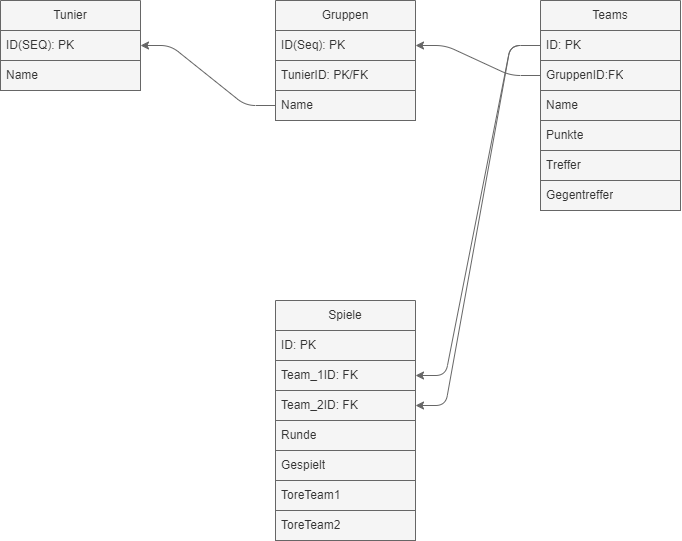
Earlier version of the draw.io export klassendiagram.png (n-bross/JUFO-Web). Source tidied: cells renumbered, new cells last; positions are measured from the earlier drawing's top-left corner, leaving out a move shared by most shapes. The source it was exported from:
```xml
<mxGraphModel>
  <root>
    <mxCell id="0" />
    <mxCell id="1" parent="0" />
    <mxCell id="2" value="Tunier" style="swimlane;fontStyle=0;horizontal=1;startSize=30;whiteSpace=wrap;html=1;fillColor=#f5f5f5;fontColor=#333333;strokeColor=#666666;" parent="1" vertex="1">
      <mxGeometry width="140" height="90" as="geometry" />
    </mxCell>
    <mxCell id="3" value="ID(SEQ): PK" style="text;strokeColor=#666666;fillColor=#f5f5f5;align=left;verticalAlign=middle;spacingLeft=4;spacingRight=4;overflow=hidden;points=[[0,0.5],[1,0.5]];portConstraint=eastwest;whiteSpace=wrap;html=1;fontColor=#333333;" parent="2" vertex="1">
      <mxGeometry y="30" width="140" height="30" as="geometry" />
    </mxCell>
    <mxCell id="4" value="Name" style="text;strokeColor=#666666;fillColor=#f5f5f5;align=left;verticalAlign=middle;spacingLeft=4;spacingRight=4;overflow=hidden;whiteSpace=wrap;html=1;fontColor=#333333;" parent="2" vertex="1">
      <mxGeometry y="60" width="140" height="30" as="geometry" />
    </mxCell>
    <mxCell id="5" value="Gruppen" style="swimlane;fontStyle=0;horizontal=1;startSize=30;whiteSpace=wrap;html=1;fillColor=#f5f5f5;fontColor=#333333;strokeColor=#666666;" parent="1" vertex="1">
      <mxGeometry x="275" width="140" height="120" as="geometry" />
    </mxCell>
    <mxCell id="6" value="ID(Seq): PK" style="text;strokeColor=#666666;fillColor=#f5f5f5;align=left;verticalAlign=middle;spacingLeft=4;spacingRight=4;overflow=hidden;points=[[0,0.5],[1,0.5]];portConstraint=eastwest;whiteSpace=wrap;html=1;fontColor=#333333;" parent="5" vertex="1">
      <mxGeometry y="30" width="140" height="30" as="geometry" />
    </mxCell>
    <mxCell id="7" value="TunierID: PK/FK" style="text;strokeColor=#666666;fillColor=#f5f5f5;align=left;verticalAlign=middle;spacingLeft=4;spacingRight=4;overflow=hidden;points=[[0,0.5],[1,0.5]];portConstraint=eastwest;whiteSpace=wrap;html=1;fontColor=#333333;" parent="5" vertex="1">
      <mxGeometry y="60" width="140" height="30" as="geometry" />
    </mxCell>
    <mxCell id="8" value="Name" style="text;strokeColor=#666666;fillColor=#f5f5f5;align=left;verticalAlign=middle;spacingLeft=4;spacingRight=4;overflow=hidden;points=[[0,0.5],[1,0.5]];portConstraint=eastwest;whiteSpace=wrap;html=1;fontColor=#333333;" parent="5" vertex="1">
      <mxGeometry y="90" width="140" height="30" as="geometry" />
    </mxCell>
    <mxCell id="9" style="edgeStyle=entityRelationEdgeStyle;html=1;exitX=0;exitY=0.5;exitDx=0;exitDy=0;entryX=1;entryY=0.5;entryDx=0;entryDy=0;fillColor=#f5f5f5;strokeColor=#666666;" parent="1" edge="1" source="8" target="3">
      <mxGeometry relative="1" as="geometry" />
    </mxCell>
    <mxCell id="10" value="Teams" style="swimlane;fontStyle=0;horizontal=1;startSize=30;whiteSpace=wrap;html=1;fillColor=#f5f5f5;fontColor=#333333;strokeColor=#666666;" parent="1" vertex="1">
      <mxGeometry x="540" width="140" height="210" as="geometry" />
    </mxCell>
    <mxCell id="11" value="ID: PK" style="text;strokeColor=#666666;fillColor=#f5f5f5;align=left;verticalAlign=middle;spacingLeft=4;spacingRight=4;overflow=hidden;points=[[0,0.5],[1,0.5]];portConstraint=eastwest;whiteSpace=wrap;html=1;fontColor=#333333;" parent="10" vertex="1">
      <mxGeometry y="30" width="140" height="30" as="geometry" />
    </mxCell>
    <mxCell id="12" value="GruppenID:FK" style="text;strokeColor=#666666;fillColor=#f5f5f5;align=left;verticalAlign=middle;spacingLeft=4;spacingRight=4;overflow=hidden;points=[[0,0.5],[1,0.5]];portConstraint=eastwest;whiteSpace=wrap;html=1;fontColor=#333333;" parent="10" vertex="1">
      <mxGeometry y="60" width="140" height="30" as="geometry" />
    </mxCell>
    <mxCell id="13" value="Name" style="text;strokeColor=#666666;fillColor=#f5f5f5;align=left;verticalAlign=middle;spacingLeft=4;spacingRight=4;overflow=hidden;whiteSpace=wrap;html=1;fontColor=#333333;" parent="10" vertex="1">
      <mxGeometry y="90" width="140" height="30" as="geometry" />
    </mxCell>
    <mxCell id="14" value="Punkte" style="text;strokeColor=#666666;fillColor=#f5f5f5;align=left;verticalAlign=middle;spacingLeft=4;spacingRight=4;overflow=hidden;whiteSpace=wrap;html=1;fontColor=#333333;" parent="10" vertex="1">
      <mxGeometry y="120" width="140" height="30" as="geometry" />
    </mxCell>
    <mxCell id="15" value="Treffer" style="text;strokeColor=#666666;fillColor=#f5f5f5;align=left;verticalAlign=middle;spacingLeft=4;spacingRight=4;overflow=hidden;whiteSpace=wrap;html=1;fontColor=#333333;" parent="10" vertex="1">
      <mxGeometry y="150" width="140" height="30" as="geometry" />
    </mxCell>
    <mxCell id="16" value="Gegentreffer" style="text;strokeColor=#666666;fillColor=#f5f5f5;align=left;verticalAlign=middle;spacingLeft=4;spacingRight=4;overflow=hidden;whiteSpace=wrap;html=1;fontColor=#333333;" parent="10" vertex="1">
      <mxGeometry y="180" width="140" height="30" as="geometry" />
    </mxCell>
    <mxCell id="17" style="edgeStyle=entityRelationEdgeStyle;html=1;exitX=0;exitY=0.5;exitDx=0;exitDy=0;entryX=1;entryY=0.5;entryDx=0;entryDy=0;fillColor=#f5f5f5;strokeColor=#666666;" parent="1" edge="1" source="12" target="6">
      <mxGeometry relative="1" as="geometry" />
    </mxCell>
    <mxCell id="18" value="Spiele" style="swimlane;fontStyle=0;horizontal=1;startSize=30;whiteSpace=wrap;html=1;fillColor=#f5f5f5;fontColor=#333333;strokeColor=#666666;" parent="1" vertex="1">
      <mxGeometry x="275" y="300" width="140" height="240" as="geometry" />
    </mxCell>
    <mxCell id="19" value="ID: PK" style="text;strokeColor=#666666;fillColor=#f5f5f5;align=left;verticalAlign=middle;spacingLeft=4;spacingRight=4;overflow=hidden;whiteSpace=wrap;html=1;fontColor=#333333;" parent="18" vertex="1">
      <mxGeometry y="30" width="140" height="30" as="geometry" />
    </mxCell>
    <mxCell id="20" value="Team_1ID: FK" style="text;strokeColor=#666666;fillColor=#f5f5f5;align=left;verticalAlign=middle;spacingLeft=4;spacingRight=4;overflow=hidden;points=[[0,0.5],[1,0.5]];portConstraint=eastwest;whiteSpace=wrap;html=1;fontColor=#333333;" parent="18" vertex="1">
      <mxGeometry y="60" width="140" height="30" as="geometry" />
    </mxCell>
    <mxCell id="21" value="Team_2ID: FK" style="text;strokeColor=#666666;fillColor=#f5f5f5;align=left;verticalAlign=middle;spacingLeft=4;spacingRight=4;overflow=hidden;points=[[0,0.5],[1,0.5]];portConstraint=eastwest;whiteSpace=wrap;html=1;fontColor=#333333;" parent="18" vertex="1">
      <mxGeometry y="90" width="140" height="30" as="geometry" />
    </mxCell>
    <mxCell id="22" value="Runde" style="text;strokeColor=#666666;fillColor=#f5f5f5;align=left;verticalAlign=middle;spacingLeft=4;spacingRight=4;overflow=hidden;whiteSpace=wrap;html=1;fontColor=#333333;" parent="18" vertex="1">
      <mxGeometry y="120" width="140" height="30" as="geometry" />
    </mxCell>
    <mxCell id="23" value="Gespielt" style="text;strokeColor=#666666;fillColor=#f5f5f5;align=left;verticalAlign=middle;spacingLeft=4;spacingRight=4;overflow=hidden;whiteSpace=wrap;html=1;fontColor=#333333;" parent="18" vertex="1">
      <mxGeometry y="150" width="140" height="30" as="geometry" />
    </mxCell>
    <mxCell id="24" value="ToreTeam1" style="text;strokeColor=#666666;fillColor=#f5f5f5;align=left;verticalAlign=middle;spacingLeft=4;spacingRight=4;overflow=hidden;whiteSpace=wrap;html=1;fontColor=#333333;" parent="18" vertex="1">
      <mxGeometry y="180" width="140" height="30" as="geometry" />
    </mxCell>
    <mxCell id="25" value="ToreTeam2" style="text;strokeColor=#666666;fillColor=#f5f5f5;align=left;verticalAlign=middle;spacingLeft=4;spacingRight=4;overflow=hidden;whiteSpace=wrap;html=1;fontColor=#333333;" parent="18" vertex="1">
      <mxGeometry y="210" width="140" height="30" as="geometry" />
    </mxCell>
    <mxCell id="26" style="edgeStyle=entityRelationEdgeStyle;html=1;exitX=0;exitY=0.5;exitDx=0;exitDy=0;entryX=1;entryY=0.5;entryDx=0;entryDy=0;elbow=vertical;fillColor=#f5f5f5;strokeColor=#666666;" parent="1" edge="1" source="11" target="21">
      <mxGeometry relative="1" as="geometry" />
    </mxCell>
    <mxCell id="27" style="edgeStyle=entityRelationEdgeStyle;html=1;exitX=0;exitY=0.5;exitDx=0;exitDy=0;entryX=1;entryY=0.5;entryDx=0;entryDy=0;elbow=vertical;fillColor=#f5f5f5;strokeColor=#666666;" parent="1" edge="1" source="11" target="20">
      <mxGeometry relative="1" as="geometry" />
    </mxCell>
  </root>
</mxGraphModel>
```
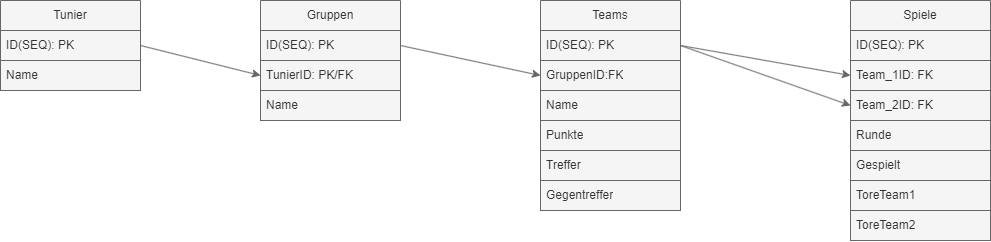
Later version of the same file.

What changed in the source:
```diff
@@ -3,7 +3,7 @@
     <mxCell id="0" />
     <mxCell id="1" parent="0" />
     <mxCell id="2" value="Tunier" style="swimlane;fontStyle=0;horizontal=1;startSize=30;whiteSpace=wrap;html=1;fillColor=#f5f5f5;fontColor=#333333;strokeColor=#666666;" parent="1" vertex="1">
-      <mxGeometry width="140" height="90" as="geometry" />
+      <mxGeometry x="-70" y="-40" width="140" height="90" as="geometry" />
     </mxCell>
     <mxCell id="3" value="ID(SEQ): PK" style="text;strokeColor=#666666;fillColor=#f5f5f5;align=left;verticalAlign=middle;spacingLeft=4;spacingRight=4;overflow=hidden;points=[[0,0.5],[1,0.5]];portConstraint=eastwest;whiteSpace=wrap;html=1;fontColor=#333333;" parent="2" vertex="1">
       <mxGeometry y="30" width="140" height="30" as="geometry" />
@@ -12,9 +12,9 @@
       <mxGeometry y="60" width="140" height="30" as="geometry" />
     </mxCell>
     <mxCell id="5" value="Gruppen" style="swimlane;fontStyle=0;horizontal=1;startSize=30;whiteSpace=wrap;html=1;fillColor=#f5f5f5;fontColor=#333333;strokeColor=#666666;" parent="1" vertex="1">
-      <mxGeometry x="275" width="140" height="120" as="geometry" />
+      <mxGeometry x="190" y="-40" width="140" height="120" as="geometry" />
     </mxCell>
-    <mxCell id="6" value="ID(Seq): PK" style="text;strokeColor=#666666;fillColor=#f5f5f5;align=left;verticalAlign=middle;spacingLeft=4;spacingRight=4;overflow=hidden;points=[[0,0.5],[1,0.5]];portConstraint=eastwest;whiteSpace=wrap;html=1;fontColor=#333333;" parent="5" vertex="1">
+    <mxCell id="6" value="ID(SEQ): PK" style="text;strokeColor=#666666;fillColor=#f5f5f5;align=left;verticalAlign=middle;spacingLeft=4;spacingRight=4;overflow=hidden;points=[[0,0.5],[1,0.5]];portConstraint=eastwest;whiteSpace=wrap;html=1;fontColor=#333333;" parent="5" vertex="1">
       <mxGeometry y="30" width="140" height="30" as="geometry" />
     </mxCell>
     <mxCell id="7" value="TunierID: PK/FK" style="text;strokeColor=#666666;fillColor=#f5f5f5;align=left;verticalAlign=middle;spacingLeft=4;spacingRight=4;overflow=hidden;points=[[0,0.5],[1,0.5]];portConstraint=eastwest;whiteSpace=wrap;html=1;fontColor=#333333;" parent="5" vertex="1">
@@ -23,13 +23,10 @@
     <mxCell id="8" value="Name" style="text;strokeColor=#666666;fillColor=#f5f5f5;align=left;verticalAlign=middle;spacingLeft=4;spacingRight=4;overflow=hidden;points=[[0,0.5],[1,0.5]];portConstraint=eastwest;whiteSpace=wrap;html=1;fontColor=#333333;" parent="5" vertex="1">
       <mxGeometry y="90" width="140" height="30" as="geometry" />
     </mxCell>
-    <mxCell id="9" style="edgeStyle=entityRelationEdgeStyle;html=1;exitX=0;exitY=0.5;exitDx=0;exitDy=0;entryX=1;entryY=0.5;entryDx=0;entryDy=0;fillColor=#f5f5f5;strokeColor=#666666;" parent="1" edge="1" source="8" target="3">
-      <mxGeometry relative="1" as="geometry" />
-    </mxCell>
     <mxCell id="10" value="Teams" style="swimlane;fontStyle=0;horizontal=1;startSize=30;whiteSpace=wrap;html=1;fillColor=#f5f5f5;fontColor=#333333;strokeColor=#666666;" parent="1" vertex="1">
-      <mxGeometry x="540" width="140" height="210" as="geometry" />
+      <mxGeometry x="470" y="-40" width="140" height="210" as="geometry" />
     </mxCell>
-    <mxCell id="11" value="ID: PK" style="text;strokeColor=#666666;fillColor=#f5f5f5;align=left;verticalAlign=middle;spacingLeft=4;spacingRight=4;overflow=hidden;points=[[0,0.5],[1,0.5]];portConstraint=eastwest;whiteSpace=wrap;html=1;fontColor=#333333;" parent="10" vertex="1">
+    <mxCell id="11" value="ID(SEQ): PK" style="text;strokeColor=#666666;fillColor=#f5f5f5;align=left;verticalAlign=middle;spacingLeft=4;spacingRight=4;overflow=hidden;points=[[0,0.5],[1,0.5]];portConstraint=eastwest;whiteSpace=wrap;html=1;fontColor=#333333;" parent="10" vertex="1">
       <mxGeometry y="30" width="140" height="30" as="geometry" />
     </mxCell>
     <mxCell id="12" value="GruppenID:FK" style="text;strokeColor=#666666;fillColor=#f5f5f5;align=left;verticalAlign=middle;spacingLeft=4;spacingRight=4;overflow=hidden;points=[[0,0.5],[1,0.5]];portConstraint=eastwest;whiteSpace=wrap;html=1;fontColor=#333333;" parent="10" vertex="1">
@@ -47,13 +44,10 @@
     <mxCell id="16" value="Gegentreffer" style="text;strokeColor=#666666;fillColor=#f5f5f5;align=left;verticalAlign=middle;spacingLeft=4;spacingRight=4;overflow=hidden;whiteSpace=wrap;html=1;fontColor=#333333;" parent="10" vertex="1">
       <mxGeometry y="180" width="140" height="30" as="geometry" />
     </mxCell>
-    <mxCell id="17" style="edgeStyle=entityRelationEdgeStyle;html=1;exitX=0;exitY=0.5;exitDx=0;exitDy=0;entryX=1;entryY=0.5;entryDx=0;entryDy=0;fillColor=#f5f5f5;strokeColor=#666666;" parent="1" edge="1" source="12" target="6">
-      <mxGeometry relative="1" as="geometry" />
-    </mxCell>
     <mxCell id="18" value="Spiele" style="swimlane;fontStyle=0;horizontal=1;startSize=30;whiteSpace=wrap;html=1;fillColor=#f5f5f5;fontColor=#333333;strokeColor=#666666;" parent="1" vertex="1">
-      <mxGeometry x="275" y="300" width="140" height="240" as="geometry" />
+      <mxGeometry x="780" y="-40" width="140" height="240" as="geometry" />
     </mxCell>
-    <mxCell id="19" value="ID: PK" style="text;strokeColor=#666666;fillColor=#f5f5f5;align=left;verticalAlign=middle;spacingLeft=4;spacingRight=4;overflow=hidden;whiteSpace=wrap;html=1;fontColor=#333333;" parent="18" vertex="1">
+    <mxCell id="19" value="ID(SEQ): PK" style="text;strokeColor=#666666;fillColor=#f5f5f5;align=left;verticalAlign=middle;spacingLeft=4;spacingRight=4;overflow=hidden;whiteSpace=wrap;html=1;fontColor=#333333;" parent="18" vertex="1">
       <mxGeometry y="30" width="140" height="30" as="geometry" />
     </mxCell>
     <mxCell id="20" value="Team_1ID: FK" style="text;strokeColor=#666666;fillColor=#f5f5f5;align=left;verticalAlign=middle;spacingLeft=4;spacingRight=4;overflow=hidden;points=[[0,0.5],[1,0.5]];portConstraint=eastwest;whiteSpace=wrap;html=1;fontColor=#333333;" parent="18" vertex="1">
@@ -74,11 +68,17 @@
     <mxCell id="25" value="ToreTeam2" style="text;strokeColor=#666666;fillColor=#f5f5f5;align=left;verticalAlign=middle;spacingLeft=4;spacingRight=4;overflow=hidden;whiteSpace=wrap;html=1;fontColor=#333333;" parent="18" vertex="1">
       <mxGeometry y="210" width="140" height="30" as="geometry" />
     </mxCell>
+    <mxCell id="28" style="edgeStyle=none;html=1;exitX=1;exitY=0.5;exitDx=0;exitDy=0;entryX=0;entryY=0.5;entryDx=0;entryDy=0;fillColor=#f5f5f5;strokeColor=#666666;" parent="1" edge="1" source="3" target="7">
+      <mxGeometry relative="1" as="geometry" />
+    </mxCell>
+    <mxCell id="29" style="edgeStyle=none;html=1;exitX=1;exitY=0.5;exitDx=0;exitDy=0;entryX=0;entryY=0.5;entryDx=0;entryDy=0;fillColor=#f5f5f5;strokeColor=#666666;" parent="1" edge="1" source="6" target="12">
+      <mxGeometry relative="1" as="geometry" />
+    </mxCell>
+    <mxCell id="27" style="edgeStyle=none;html=1;exitX=1;exitY=0.5;exitDx=0;exitDy=0;entryX=0;entryY=0.5;entryDx=0;entryDy=0;fillColor=#f5f5f5;strokeColor=#666666;" parent="1" edge="1" source="11" target="20">
+      <mxGeometry relative="1" as="geometry" />
+    </mxCell>
-    <mxCell id="26" style="edgeStyle=entityRelationEdgeStyle;html=1;exitX=0;exitY=0.5;exitDx=0;exitDy=0;entryX=1;entryY=0.5;entryDx=0;entryDy=0;elbow=vertical;fillColor=#f5f5f5;strokeColor=#666666;" parent="1" edge="1" source="11" target="21">
+    <mxCell id="26" style="edgeStyle=none;html=1;exitX=1;exitY=0.5;exitDx=0;exitDy=0;entryX=0;entryY=0.5;entryDx=0;entryDy=0;fillColor=#f5f5f5;strokeColor=#666666;" parent="1" edge="1" source="11" target="21">
       <mxGeometry relative="1" as="geometry" />
     </mxCell>
-    <mxCell id="27" style="edgeStyle=entityRelationEdgeStyle;html=1;exitX=0;exitY=0.5;exitDx=0;exitDy=0;entryX=1;entryY=0.5;entryDx=0;entryDy=0;elbow=vertical;fillColor=#f5f5f5;strokeColor=#666666;" parent="1" edge="1" source="11" target="20">
-      <mxGeometry relative="1" as="geometry" />
-    </mxCell>
   </root>
 </mxGraphModel>
```
